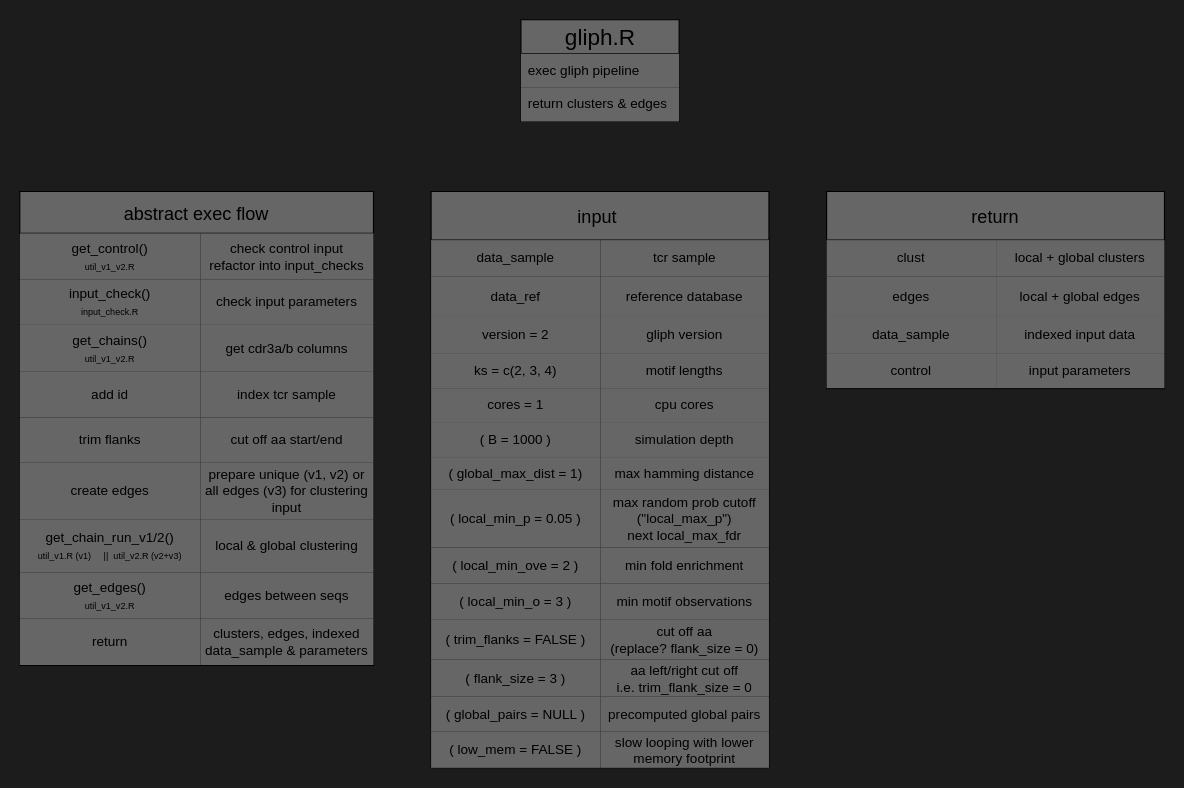
Before: page "gliph.R" (1 of 4) of test_scripts/UMLish_analysis/gliphR.drawio in snaketron/ClustIRR, a draw.io diagram. Source tidied: cells renumbered, new cells numbered last; positions are measured from the earlier drawing's top-left corner, leaving out a move shared by most shapes. Both pictures are drawn from the tidied source at 113%, with x=0, y=0 at pixel (19, 19).
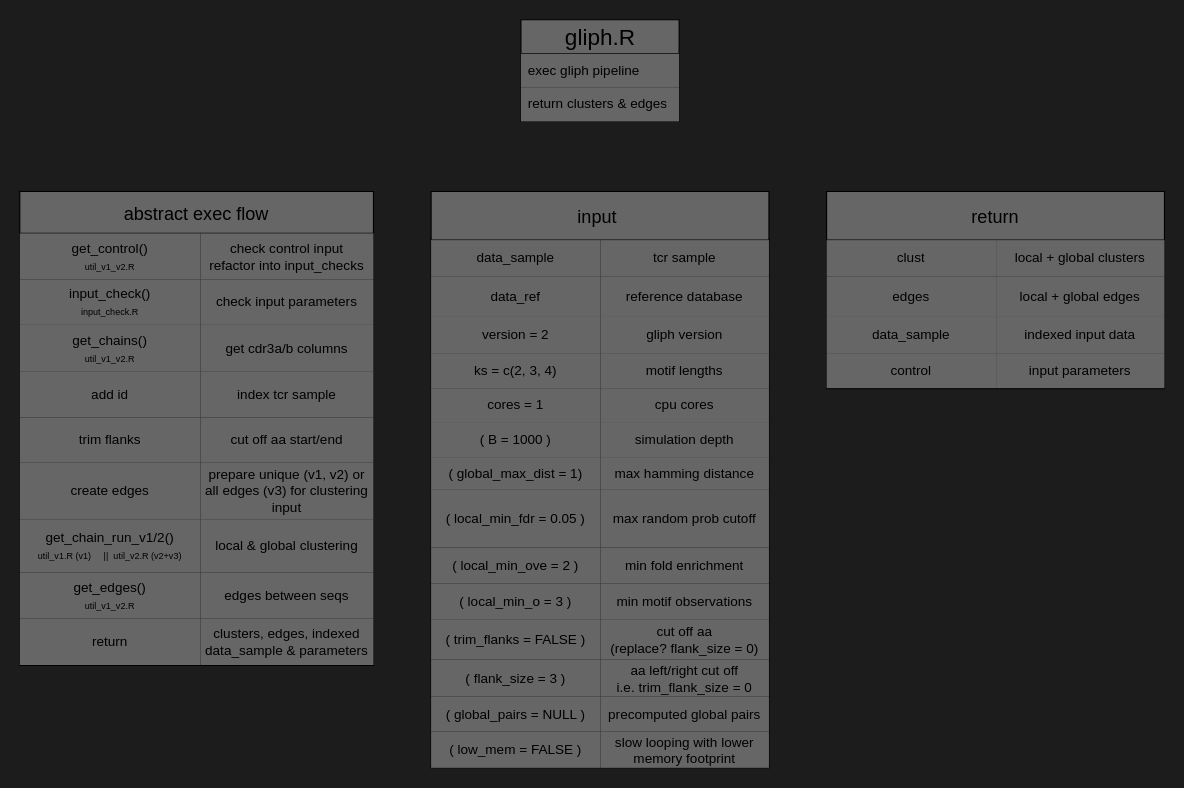
After the change.

The change refers to these unchanged cells:
```xml
<mxCell id="55" style="shape=tableRow;horizontal=0;startSize=0;swimlaneHead=0;swimlaneBody=0;strokeColor=inherit;top=0;left=0;bottom=0;right=0;fillColor=none;fontSize=16;" parent="33" vertex="1">
  <mxGeometry y="264" width="299" height="51" as="geometry" />
</mxCell>
```

The edit, as a diff of the source:
```diff
@@
-    <mxCell id="56" value="( local_min_p = 0.05 )" style="shape=partialRectangle;html=1;whiteSpace=wrap;strokeColor=inherit;overflow=hidden;fillColor=#666666;top=0;left=0;bottom=0;right=0;fontSize=12;" parent="55" vertex="1">
+    <mxCell id="56" value="( local_min_fdr = 0.05 )" style="shape=partialRectangle;html=1;whiteSpace=wrap;strokeColor=inherit;overflow=hidden;fillColor=#666666;top=0;left=0;bottom=0;right=0;fontSize=12;" parent="55" vertex="1">
       <mxGeometry width="150" height="51" as="geometry" />
     </mxCell>
-    <mxCell id="57" value="max random prob cutoff&lt;br&gt;(&quot;local_max_p&quot;)&lt;br&gt;next local_max_fdr" style="shape=partialRectangle;html=1;whiteSpace=wrap;strokeColor=inherit;overflow=hidden;fillColor=#666666;top=0;left=0;bottom=0;right=0;fontSize=12;" parent="55" vertex="1">
+    <mxCell id="57" value="max random prob cutoff" style="shape=partialRectangle;html=1;whiteSpace=wrap;strokeColor=inherit;overflow=hidden;fillColor=#666666;top=0;left=0;bottom=0;right=0;fontSize=12;" parent="55" vertex="1">
       <mxGeometry x="150" width="149" height="51" as="geometry" />
     </mxCell>
```
